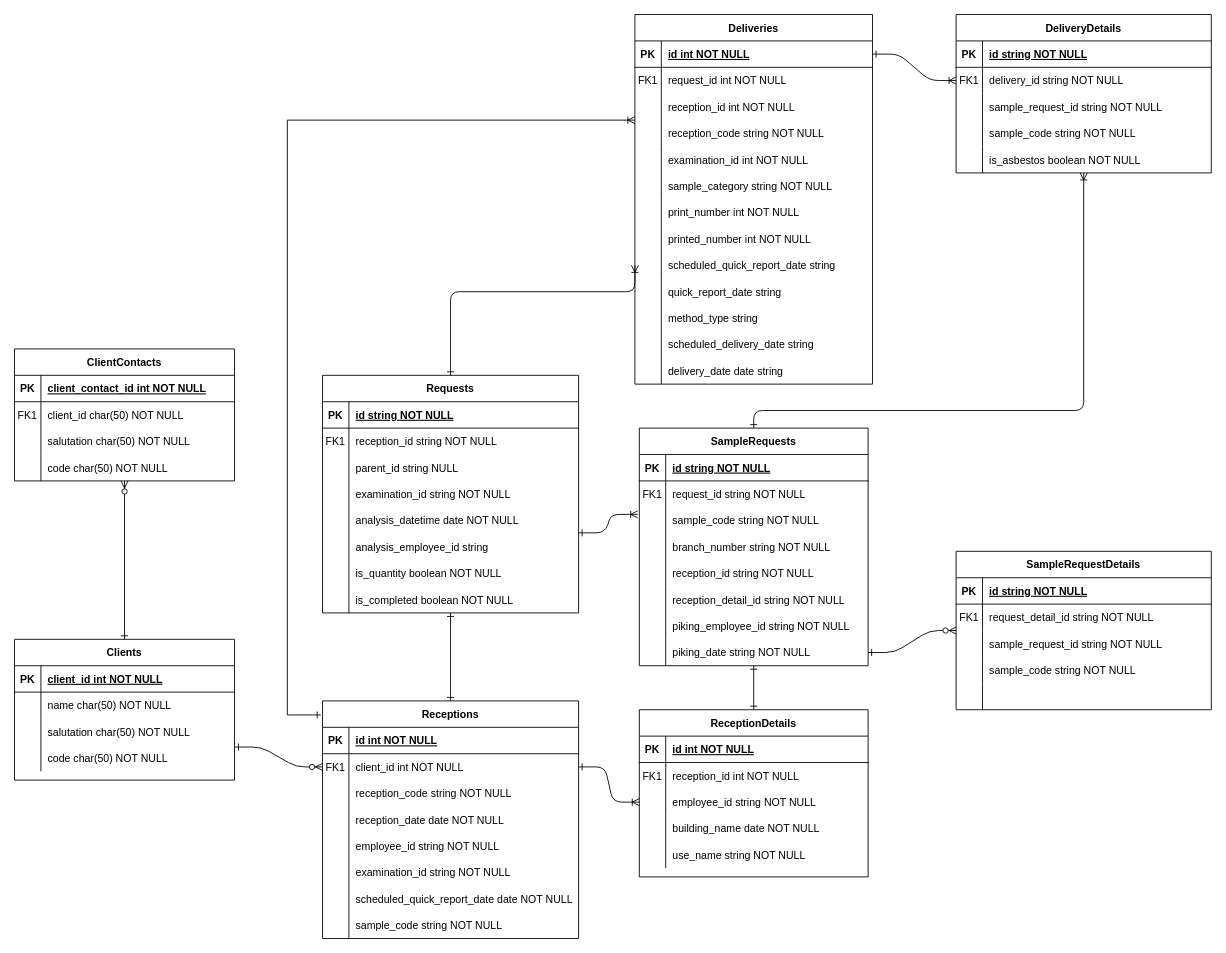
Before: page "E-R図" (1 of 3) of NELAB.drawio in kaoru387/draw.io, a draw.io diagram. Source tidied: cells renumbered, new cells numbered last; positions are measured from the earlier drawing's top-left corner, leaving out a move shared by most shapes. Both pictures are drawn from the tidied source at 88%, with x=0, y=0 at pixel (14, 14).
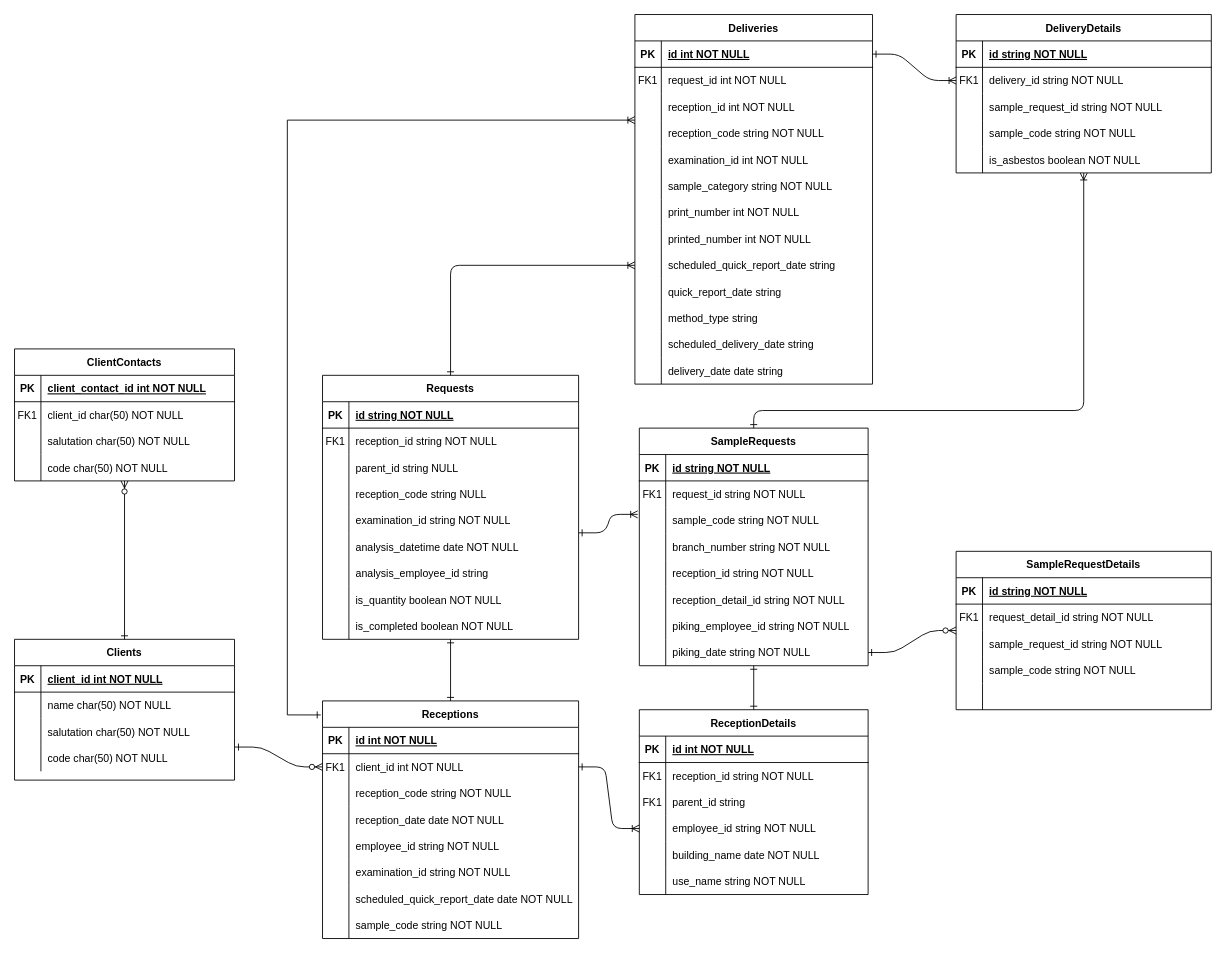
The same page after the edit.

Commit message:
NELAB.drawio を更新します

Unchanged cells that the change refers to:
```xml
<mxCell id="54" style="shape=partialRectangle;fillColor=none;points=[[0,0.5],[1,0.5]];portConstraint=eastwest;top=0;left=0;right=0;bottom=0;" parent="29" vertex="1">
  <mxGeometry y="270" width="270" height="30" as="geometry" />
</mxCell>
<mxCell id="86" style="shape=partialRectangle;fillColor=none;top=0;left=0;right=0;bottom=0;" parent="82" vertex="1">
  <mxGeometry y="60" width="260" height="30" as="geometry" />
</mxCell>
```

The edit, as a diff of the source:
```diff
@@
     <mxCell id="82" value="ReceptionDetails" style="shape=table;startSize=30;childLayout=tableLayout;rowLines=0;fontStyle=1;align=center;" parent="1" vertex="1">
-      <mxGeometry x="710" y="790" width="260" height="190" as="geometry" />
+      <mxGeometry x="710" y="790" width="260" height="210" as="geometry" />
     </mxCell>
@@
-    <mxCell id="88" value="reception_id int NOT NULL" style="shape=partialRectangle;overflow=hidden;fillColor=none;top=0;left=0;bottom=0;right=0;align=left;spacingLeft=6;" parent="86" vertex="1">
+    <mxCell id="88" value="reception_id string NOT NULL" style="shape=partialRectangle;overflow=hidden;fillColor=none;top=0;left=0;bottom=0;right=0;align=left;spacingLeft=6;" parent="86" vertex="1">
       <mxGeometry x="30" width="230" height="30" as="geometry" />
     </mxCell>
+    <mxCell id="203" style="shape=partialRectangle;fillColor=none;top=0;left=0;right=0;bottom=0;" parent="82" vertex="1">
+      <mxGeometry y="90" width="260" height="30" as="geometry" />
+    </mxCell>
+    <mxCell id="204" value="FK1" style="shape=partialRectangle;overflow=hidden;fillColor=none;top=0;left=0;bottom=0;right=0;" parent="203" vertex="1">
+      <mxGeometry width="30" height="30" as="geometry" />
+    </mxCell>
+    <mxCell id="205" value="parent_id string" style="shape=partialRectangle;overflow=hidden;fillColor=none;top=0;left=0;bottom=0;right=0;align=left;spacingLeft=6;" parent="203" vertex="1">
+      <mxGeometry x="30" width="230" height="30" as="geometry" />
+    </mxCell>
     <mxCell id="89" style="shape=partialRectangle;fillColor=none;points=[[0,0.5],[1,0.5]];portConstraint=eastwest;top=0;left=0;right=0;bottom=0;" parent="82" vertex="1">
-      <mxGeometry y="90" width="260" height="30" as="geometry" />
+      <mxGeometry y="120" width="260" height="30" as="geometry" />
     </mxCell>
@@
     <mxCell id="92" style="shape=partialRectangle;fillColor=none;top=0;left=0;right=0;bottom=0;" parent="82" vertex="1">
-      <mxGeometry y="120" width="260" height="30" as="geometry" />
+      <mxGeometry y="150" width="260" height="30" as="geometry" />
     </mxCell>
@@
     <mxCell id="95" style="shape=partialRectangle;fillColor=none;top=0;left=0;right=0;bottom=0;" parent="82" vertex="1">
-      <mxGeometry y="150" width="260" height="30" as="geometry" />
+      <mxGeometry y="180" width="260" height="30" as="geometry" />
     </mxCell>
@@
     <mxCell id="136" value="Requests" style="shape=table;startSize=30;childLayout=tableLayout;rowLines=0;fontStyle=1;align=center;" parent="1" vertex="1">
-      <mxGeometry x="350" y="410" width="291" height="270" as="geometry" />
+      <mxGeometry x="350" y="410" width="291" height="300" as="geometry" />
     </mxCell>
@@
+    <mxCell id="206" style="shape=partialRectangle;fillColor=none;top=0;left=0;right=0;bottom=0;" parent="136" vertex="1">
+      <mxGeometry y="120" width="291" height="30" as="geometry" />
+    </mxCell>
+    <mxCell id="207" style="shape=partialRectangle;overflow=hidden;fillColor=none;top=0;left=0;bottom=0;right=0;" parent="206" vertex="1">
+      <mxGeometry width="30" height="30" as="geometry" />
+    </mxCell>
+    <mxCell id="208" value="reception_code string NULL" style="shape=partialRectangle;overflow=hidden;fillColor=none;top=0;left=0;bottom=0;right=0;align=left;spacingLeft=6;" parent="206" vertex="1">
+      <mxGeometry x="30" width="261" height="30" as="geometry" />
+    </mxCell>
     <mxCell id="146" style="shape=partialRectangle;fillColor=none;top=0;left=0;right=0;bottom=0;" parent="136" vertex="1">
-      <mxGeometry y="120" width="291" height="30" as="geometry" />
+      <mxGeometry y="150" width="291" height="30" as="geometry" />
     </mxCell>
@@
     <mxCell id="149" style="shape=partialRectangle;fillColor=none;top=0;left=0;right=0;bottom=0;" parent="136" vertex="1">
-      <mxGeometry y="150" width="291" height="30" as="geometry" />
+      <mxGeometry y="180" width="291" height="30" as="geometry" />
     </mxCell>
@@
     <mxCell id="152" style="shape=partialRectangle;fillColor=none;top=0;left=0;right=0;bottom=0;" parent="136" vertex="1">
-      <mxGeometry y="180" width="291" height="30" as="geometry" />
+      <mxGeometry y="210" width="291" height="30" as="geometry" />
     </mxCell>
@@
     <mxCell id="155" style="shape=partialRectangle;fillColor=none;top=0;left=0;right=0;bottom=0;" parent="136" vertex="1">
-      <mxGeometry y="210" width="291" height="30" as="geometry" />
+      <mxGeometry y="240" width="291" height="30" as="geometry" />
     </mxCell>
@@
     <mxCell id="158" style="shape=partialRectangle;fillColor=none;top=0;left=0;right=0;bottom=0;" parent="136" vertex="1">
-      <mxGeometry y="240" width="291" height="30" as="geometry" />
+      <mxGeometry y="270" width="291" height="30" as="geometry" />
     </mxCell>
@@
     <mxCell id="202" style="endArrow=ERoneToMany;startArrow=ERone;endFill=0;startFill=0;entryX=0;entryY=0.5;entryDx=0;entryDy=0;exitX=0.5;exitY=0;exitDx=0;exitDy=0;edgeStyle=orthogonalEdgeStyle;" parent="1" edge="1" source="136" target="54">
       <mxGeometry relative="1" as="geometry">
         <Array as="points">
-          <mxPoint x="496" y="315" />
+          <mxPoint x="496" y="285" />
         </Array>
       </mxGeometry>
     </mxCell>
```
